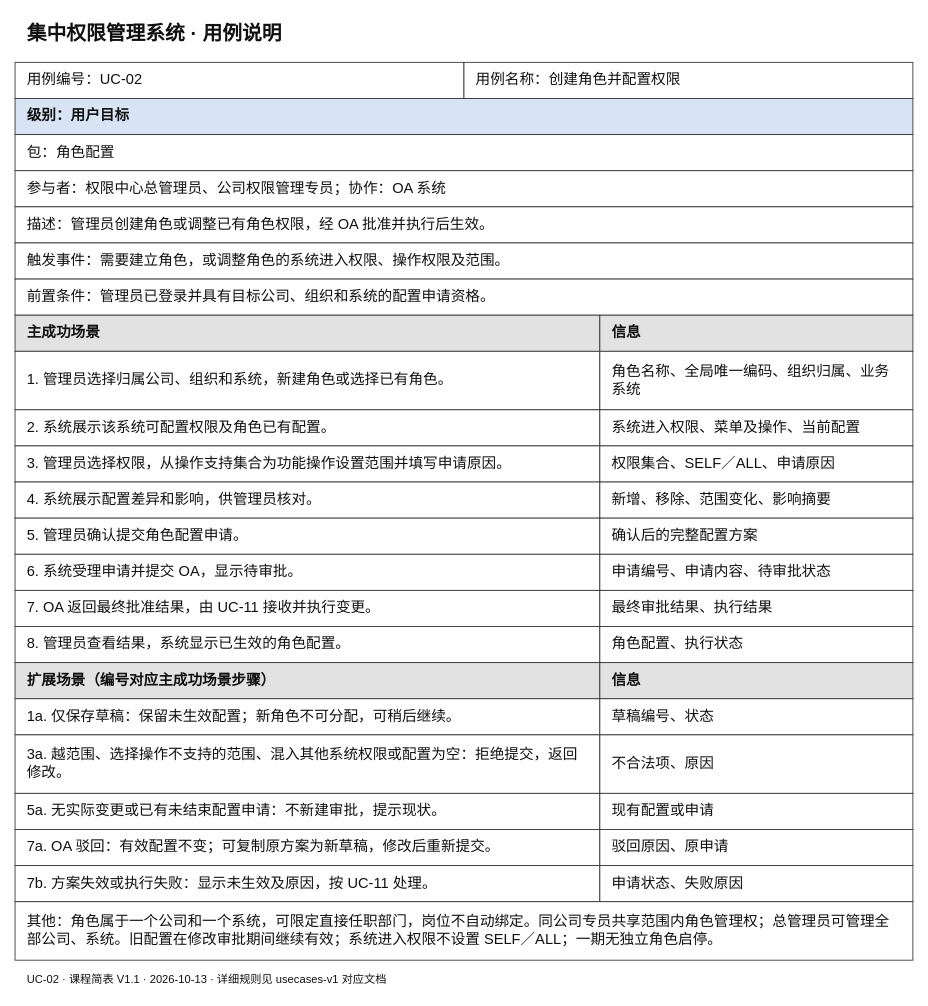
Noah-hope/RBAC-admin keeps this draw.io diagram as docs/按用例分类/UC-02_创建角色并配置权限/课程简表.drawio. Above is the earlier version. Source tidied: cells renumbered, new cells numbered last; positions are measured from the earlier drawing's top-left corner, leaving out a move shared by most shapes. Both pictures are drawn from the tidied source at 86%, with x=0, y=0 at pixel (15, 15).
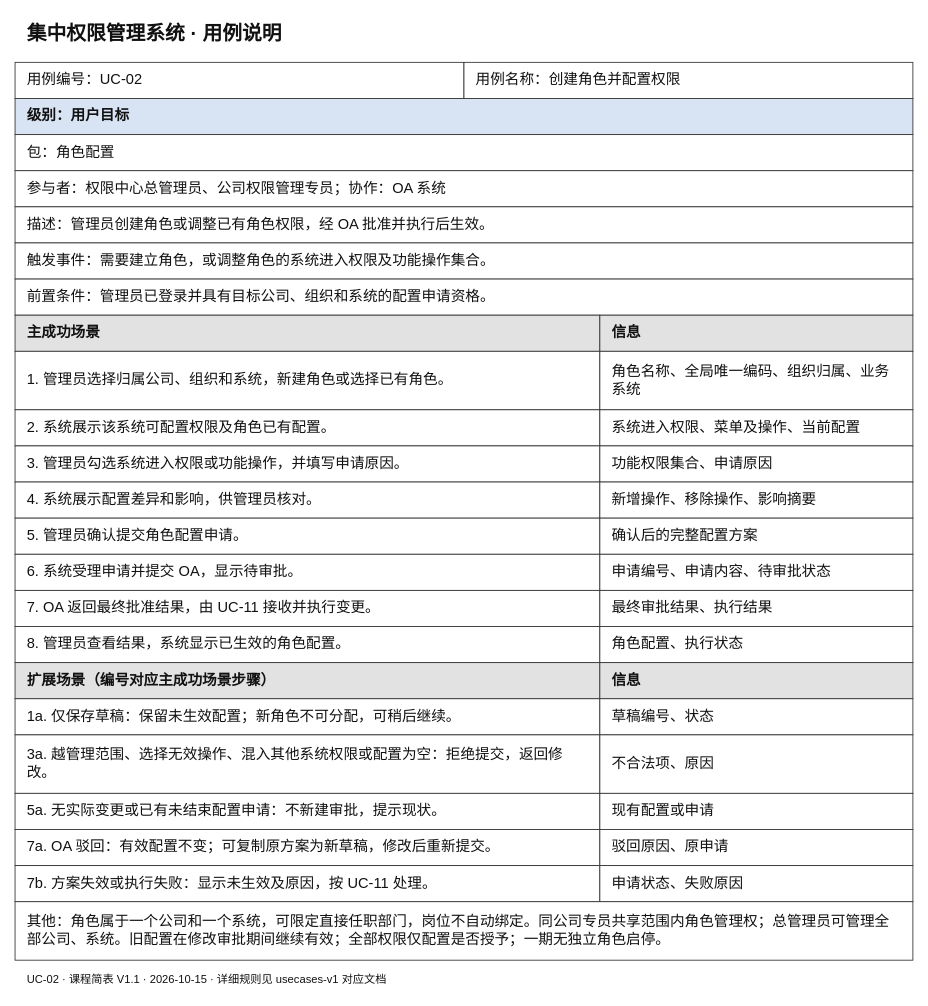
After the change.

What changed in the source:
```diff
@@
-    <mxCell id="9" value="触发事件：需要建立角色，或调整角色的系统进入权限、操作权限及范围。" style="rounded=0;whiteSpace=wrap;html=0;fontFamily=Microsoft YaHei;fontSize=17;fontColor=#111111;align=left;verticalAlign=middle;spacingLeft=12;spacingRight=12;spacingTop=8;spacingBottom=8;fillColor=#ffffff;strokeColor=#333333;fontStyle=0;" parent="1" vertex="1">
+    <mxCell id="9" value="触发事件：需要建立角色，或调整角色的系统进入权限及功能操作集合。" style="rounded=0;whiteSpace=wrap;html=0;fontFamily=Microsoft YaHei;fontSize=17;fontColor=#111111;align=left;verticalAlign=middle;spacingLeft=12;spacingRight=12;spacingTop=8;spacingBottom=8;fillColor=#ffffff;strokeColor=#333333;fontStyle=0;" parent="1" vertex="1">
       <mxGeometry y="265" width="1044" height="42" as="geometry" />
     </mxCell>
@@
-    <mxCell id="17" value="3. 管理员选择权限，从操作支持集合为功能操作设置范围并填写申请原因。" style="rounded=0;whiteSpace=wrap;html=0;fontFamily=Microsoft YaHei;fontSize=17;fontColor=#111111;align=left;verticalAlign=middle;spacingLeft=12;spacingRight=12;spacingTop=8;spacingBottom=8;fillColor=#ffffff;strokeColor=#333333;fontStyle=0;" parent="1" vertex="1">
+    <mxCell id="17" value="3. 管理员勾选系统进入权限或功能操作，并填写申请原因。" style="rounded=0;whiteSpace=wrap;html=0;fontFamily=Microsoft YaHei;fontSize=17;fontColor=#111111;align=left;verticalAlign=middle;spacingLeft=12;spacingRight=12;spacingTop=8;spacingBottom=8;fillColor=#ffffff;strokeColor=#333333;fontStyle=0;" parent="1" vertex="1">
       <mxGeometry y="501" width="680" height="42" as="geometry" />
     </mxCell>
-    <mxCell id="18" value="权限集合、SELF／ALL、申请原因" style="rounded=0;whiteSpace=wrap;html=0;fontFamily=Microsoft YaHei;fontSize=17;fontColor=#111111;align=left;verticalAlign=middle;spacingLeft=12;spacingRight=12;spacingTop=8;spacingBottom=8;fillColor=#ffffff;strokeColor=#333333;fontStyle=0;" parent="1" vertex="1">
+    <mxCell id="18" value="功能权限集合、申请原因" style="rounded=0;whiteSpace=wrap;html=0;fontFamily=Microsoft YaHei;fontSize=17;fontColor=#111111;align=left;verticalAlign=middle;spacingLeft=12;spacingRight=12;spacingTop=8;spacingBottom=8;fillColor=#ffffff;strokeColor=#333333;fontStyle=0;" parent="1" vertex="1">
       <mxGeometry x="680" y="501" width="364" height="42" as="geometry" />
     </mxCell>
@@
-    <mxCell id="20" value="新增、移除、范围变化、影响摘要" style="rounded=0;whiteSpace=wrap;html=0;fontFamily=Microsoft YaHei;fontSize=17;fontColor=#111111;align=left;verticalAlign=middle;spacingLeft=12;spacingRight=12;spacingTop=8;spacingBottom=8;fillColor=#ffffff;strokeColor=#333333;fontStyle=0;" parent="1" vertex="1">
+    <mxCell id="20" value="新增操作、移除操作、影响摘要" style="rounded=0;whiteSpace=wrap;html=0;fontFamily=Microsoft YaHei;fontSize=17;fontColor=#111111;align=left;verticalAlign=middle;spacingLeft=12;spacingRight=12;spacingTop=8;spacingBottom=8;fillColor=#ffffff;strokeColor=#333333;fontStyle=0;" parent="1" vertex="1">
       <mxGeometry x="680" y="543" width="364" height="42" as="geometry" />
     </mxCell>
@@
-    <mxCell id="33" value="3a. 越范围、选择操作不支持的范围、混入其他系统权限或配置为空：拒绝提交，返回修改。" style="rounded=0;whiteSpace=wrap;html=0;fontFamily=Microsoft YaHei;fontSize=17;fontColor=#111111;align=left;verticalAlign=middle;spacingLeft=12;spacingRight=12;spacingTop=8;spacingBottom=8;fillColor=#ffffff;strokeColor=#333333;fontStyle=0;" parent="1" vertex="1">
+    <mxCell id="33" value="3a. 越管理范围、选择无效操作、混入其他系统权限或配置为空：拒绝提交，返回修改。" style="rounded=0;whiteSpace=wrap;html=0;fontFamily=Microsoft YaHei;fontSize=17;fontColor=#111111;align=left;verticalAlign=middle;spacingLeft=12;spacingRight=12;spacingTop=8;spacingBottom=8;fillColor=#ffffff;strokeColor=#333333;fontStyle=0;" parent="1" vertex="1">
       <mxGeometry y="837" width="680" height="68" as="geometry" />
     </mxCell>
@@
-    <mxCell id="41" value="其他：角色属于一个公司和一个系统，可限定直接任职部门，岗位不自动绑定。同公司专员共享范围内角色管理权；总管理员可管理全部公司、系统。旧配置在修改审批期间继续有效；系统进入权限不设置 SELF／ALL；一期无独立角色启停。" style="rounded=0;whiteSpace=wrap;html=0;fontFamily=Microsoft YaHei;fontSize=17;fontColor=#111111;align=left;verticalAlign=middle;spacingLeft=12;spacingRight=12;spacingTop=8;spacingBottom=8;fillColor=#ffffff;strokeColor=#333333;fontStyle=0;" parent="1" vertex="1">
+    <mxCell id="41" value="其他：角色属于一个公司和一个系统，可限定直接任职部门，岗位不自动绑定。同公司专员共享范围内角色管理权；总管理员可管理全部公司、系统。旧配置在修改审批期间继续有效；全部权限仅配置是否授予；一期无独立角色启停。" style="rounded=0;whiteSpace=wrap;html=0;fontFamily=Microsoft YaHei;fontSize=17;fontColor=#111111;align=left;verticalAlign=middle;spacingLeft=12;spacingRight=12;spacingTop=8;spacingBottom=8;fillColor=#ffffff;strokeColor=#333333;fontStyle=0;" parent="1" vertex="1">
       <mxGeometry y="1031" width="1044" height="68" as="geometry" />
     </mxCell>
-    <mxCell id="42" value="UC-02 · 课程简表 V1.1 · 2026-10-13 · 详细规则见 usecases-v1 对应文档" style="rounded=0;whiteSpace=wrap;html=0;fontFamily=Microsoft YaHei;fontSize=13;fontColor=#111111;align=left;verticalAlign=middle;spacingLeft=12;spacingRight=12;spacingTop=8;spacingBottom=8;fillColor=#ffffff;strokeColor=none;fontStyle=0;" parent="1" vertex="1">
+    <mxCell id="42" value="UC-02 · 课程简表 V1.1 · 2026-10-15 · 详细规则见 usecases-v1 对应文档" style="rounded=0;whiteSpace=wrap;html=0;fontFamily=Microsoft YaHei;fontSize=13;fontColor=#111111;align=left;verticalAlign=middle;spacingLeft=12;spacingRight=12;spacingTop=8;spacingBottom=8;fillColor=#ffffff;strokeColor=none;fontStyle=0;" parent="1" vertex="1">
       <mxGeometry y="1106" width="1044" height="30" as="geometry" />
     </mxCell>
```
